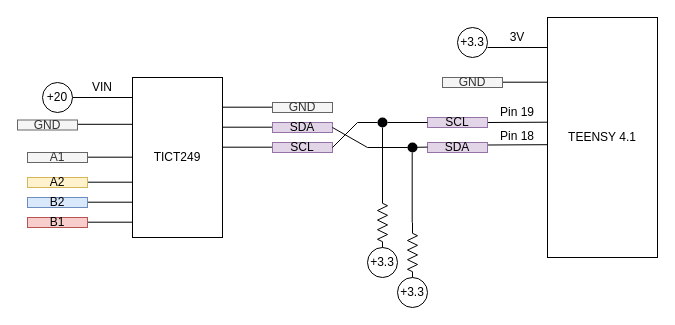
GlennTatum/rit-rovers keeps this draw.io diagram as TICT249/schematic.drawio. Above is the earlier version. Source tidied: cells renumbered, new cells numbered last; positions are measured from the earlier drawing's top-left corner, leaving out a move shared by most shapes. Both pictures are drawn from the tidied source at 100%, with x=0, y=0 at pixel (17, 17).
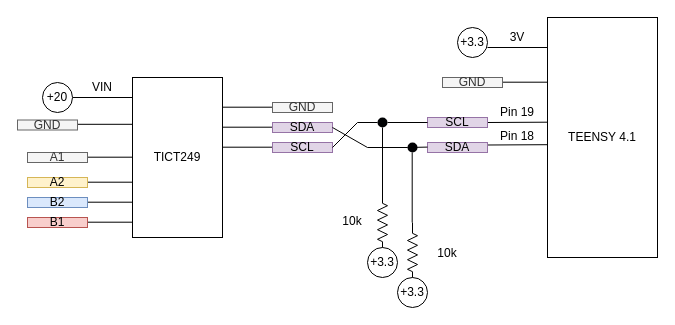
The same page after the edit.

What changed in the source:
```diff
@@
+    <mxCell id="48" value="10k" style="text;html=1;align=center;verticalAlign=middle;whiteSpace=wrap;rounded=0;" parent="1" vertex="1">
+      <mxGeometry x="400" y="230" width="60" height="12.5" as="geometry" />
+    </mxCell>
+    <mxCell id="49" value="10k" style="text;html=1;align=center;verticalAlign=middle;whiteSpace=wrap;rounded=0;" parent="1" vertex="1">
+      <mxGeometry x="305" y="197.5" width="60" height="12.5" as="geometry" />
+    </mxCell>
```
